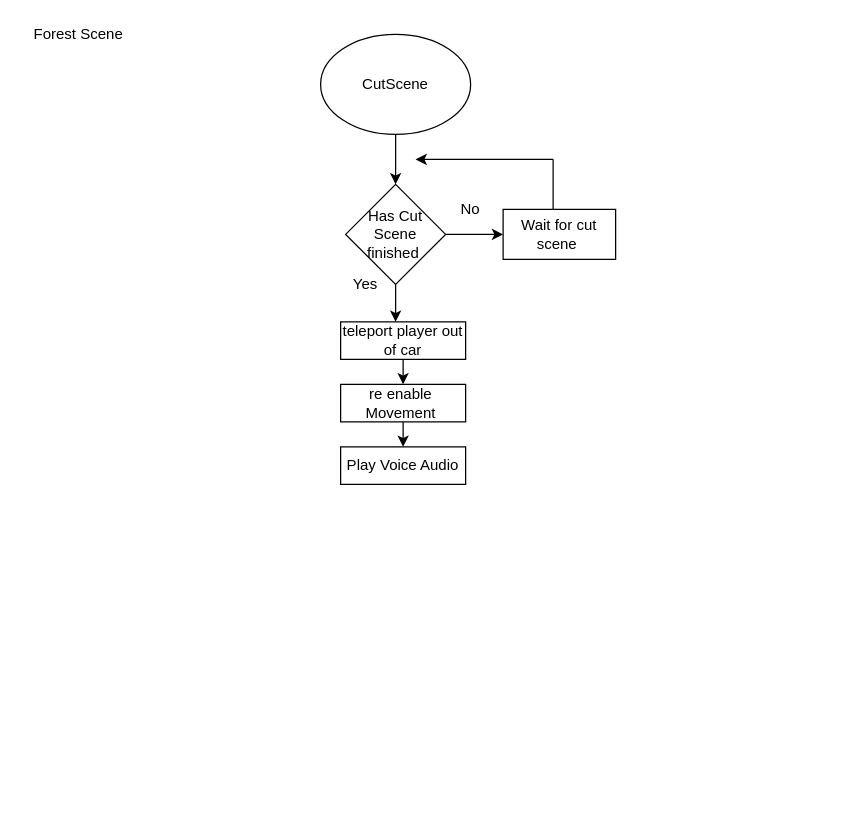
The draw.io diagram page "Page-2" (2 of 2) of Untitled Diagram.drawio in bennyboy743/Walk-In-Woods-Main, before the edit. Source tidied: cells renumbered, new cells numbered last; positions are measured from the earlier drawing's top-left corner, leaving out a move shared by most shapes. Both pictures are drawn from the tidied source at 125%, with x=0, y=0 at pixel (21, 21).
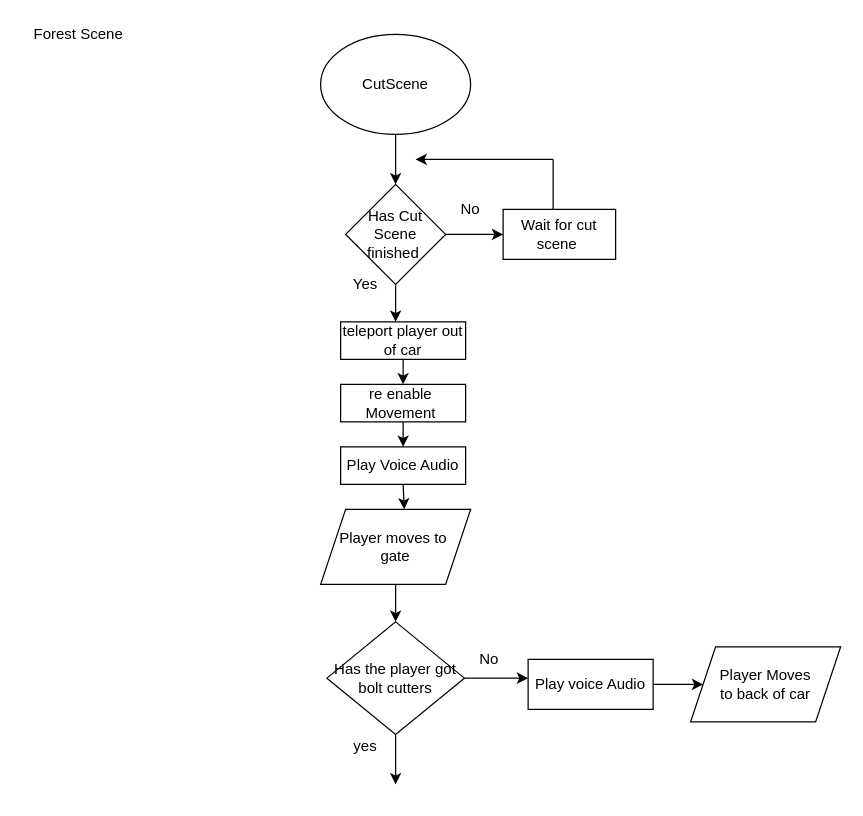
Above is the later version.

Unchanged cells that the change refers to:
```xml
<mxCell id="16" value="Play Voice Audio&lt;br&gt;" style="rounded=0;whiteSpace=wrap;html=1;" parent="1" vertex="1">
  <mxGeometry x="255" y="340" width="100" height="30" as="geometry" />
</mxCell>
```

Change to the diagram source:
```diff
@@
+    <mxCell id="18" value="Player moves to&amp;nbsp;&lt;br&gt;gate&lt;br&gt;" style="shape=parallelogram;perimeter=parallelogramPerimeter;whiteSpace=wrap;html=1;fixedSize=1;" parent="1" vertex="1">
+      <mxGeometry x="239" y="390" width="120" height="60" as="geometry" />
+    </mxCell>
+    <mxCell id="19" style="endArrow=classic;html=1;exitX=0.5;exitY=1;exitDx=0;exitDy=0;entryX=0.558;entryY=0;entryDx=0;entryDy=0;entryPerimeter=0;" parent="1" edge="1" source="16" target="18">
+      <mxGeometry relative="1" as="geometry" />
+    </mxCell>
+    <mxCell id="20" style="endArrow=classic;html=1;exitX=0.5;exitY=1;exitDx=0;exitDy=0;" parent="1" edge="1" source="18">
+      <mxGeometry relative="1" as="geometry">
+        <mxPoint x="299" y="480" as="targetPoint" />
+      </mxGeometry>
+    </mxCell>
+    <mxCell id="21" value="Has the player got bolt cutters&lt;br&gt;" style="rhombus;whiteSpace=wrap;html=1;" parent="1" vertex="1">
+      <mxGeometry x="244" y="480" width="110" height="90" as="geometry" />
+    </mxCell>
+    <mxCell id="22" value="No&lt;br&gt;" style="text;html=1;strokeColor=none;fillColor=none;align=center;verticalAlign=middle;whiteSpace=wrap;rounded=0;" parent="1" vertex="1">
+      <mxGeometry x="354" y="500" width="40" height="20" as="geometry" />
+    </mxCell>
+    <mxCell id="23" style="endArrow=classic;html=1;" parent="1" edge="1" source="21">
+      <mxGeometry relative="1" as="geometry">
+        <mxPoint x="405" y="525" as="targetPoint" />
+      </mxGeometry>
+    </mxCell>
+    <mxCell id="24" value="Play voice Audio" style="rounded=0;whiteSpace=wrap;html=1;" parent="1" vertex="1">
+      <mxGeometry x="405" y="510" width="100" height="40" as="geometry" />
+    </mxCell>
+    <mxCell id="25" style="endArrow=classic;html=1;exitX=1;exitY=0.5;exitDx=0;exitDy=0;" parent="1" edge="1" source="24">
+      <mxGeometry relative="1" as="geometry">
+        <mxPoint x="545" y="530" as="targetPoint" />
+      </mxGeometry>
+    </mxCell>
+    <mxCell id="26" value="Player Moves&lt;br&gt;to back of car" style="shape=parallelogram;perimeter=parallelogramPerimeter;whiteSpace=wrap;html=1;fixedSize=1;" parent="1" vertex="1">
+      <mxGeometry x="535" y="500" width="120" height="60" as="geometry" />
+    </mxCell>
+    <mxCell id="27" style="endArrow=classic;html=1;" parent="1" edge="1" source="21">
+      <mxGeometry relative="1" as="geometry">
+        <mxPoint x="299" y="610" as="targetPoint" />
+      </mxGeometry>
+    </mxCell>
+    <mxCell id="28" value="yes&lt;br&gt;" style="text;html=1;strokeColor=none;fillColor=none;align=center;verticalAlign=middle;whiteSpace=wrap;rounded=0;" parent="1" vertex="1">
+      <mxGeometry x="255" y="570" width="40" height="20" as="geometry" />
+    </mxCell>
```
